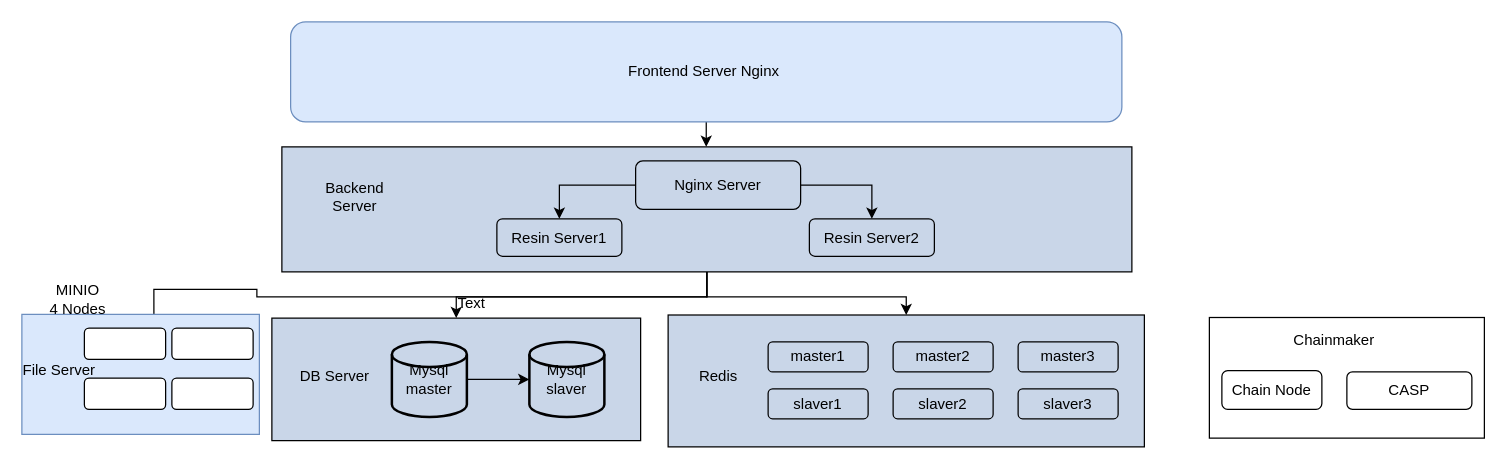
Earlier version of the draw.io diagram page "山西冷链" (3 of 5) of Untitled Diagram.drawio (qingfeng826/TestGit). Source tidied: cells renumbered, new cells numbered last; positions are measured from the earlier drawing's top-left corner, leaving out a move shared by most shapes. Both pictures are drawn from the tidied source at 125%, with x=0, y=0 at pixel (21, 21).
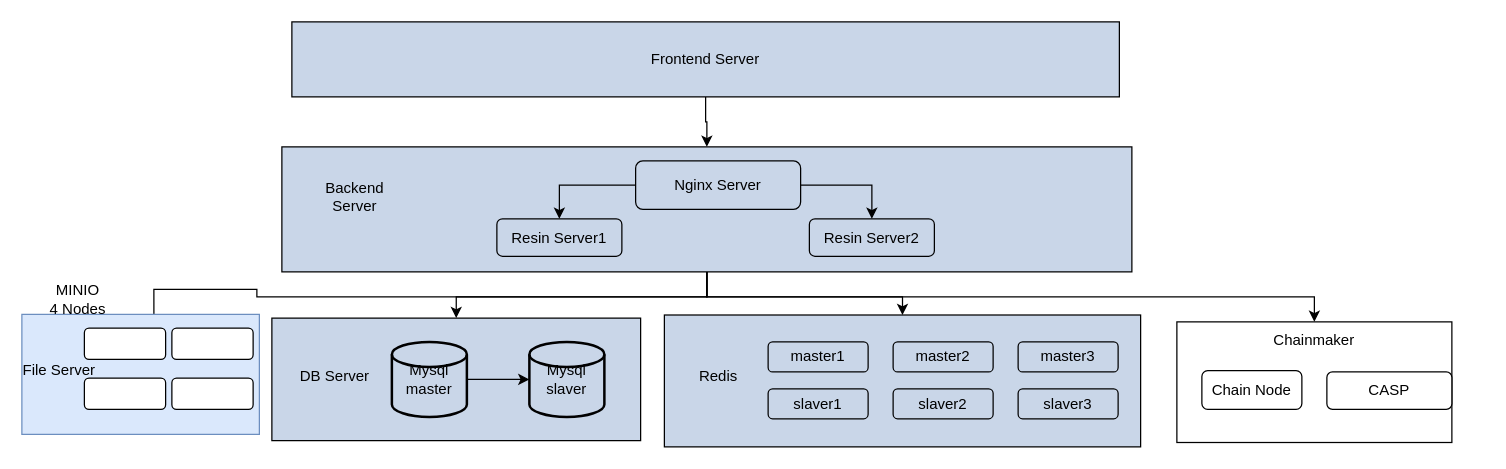
After the change.

The change refers to these unchanged cells:
```xml
<mxCell id="7" style="rounded=0;whiteSpace=wrap;html=1;fillColor=#C9D6E8;" parent="1" vertex="1">
  <mxGeometry x="208" y="100" width="680" height="100" as="geometry" />
</mxCell>
```

Diff of the diagram source:
```diff
@@
     <mxCell id="2" style="rounded=0;whiteSpace=wrap;html=1;fillColor=#C9D6E8;" parent="1" vertex="1">
-      <mxGeometry x="517" y="234.5" width="381" height="105.5" as="geometry" />
+      <mxGeometry x="514" y="234.5" width="381" height="105.5" as="geometry" />
     </mxCell>
@@
+    <mxCell id="39" style="edgeStyle=orthogonalEdgeStyle;rounded=0;jettySize=auto;html=1;entryX=0.5;entryY=0;entryDx=0;entryDy=0;exitX=0.5;exitY=1;exitDx=0;exitDy=0;" parent="1" edge="1" source="7" target="29">
+      <mxGeometry relative="1" as="geometry" />
+    </mxCell>
@@
-    <mxCell id="26" style="edgeStyle=orthogonalEdgeStyle;rounded=0;jettySize=auto;html=1;" parent="1" edge="1" source="27" target="7">
-      <mxGeometry relative="1" as="geometry" />
-    </mxCell>
-    <mxCell id="27" value="Frontend Server Nginx&amp;nbsp;" style="rounded=1;whiteSpace=wrap;html=1;fillColor=#dae8fc;strokeColor=#6c8ebf;" parent="1" vertex="1">
-      <mxGeometry x="215" width="665" height="80" as="geometry" />
-    </mxCell>
@@
     <mxCell id="29" style="rounded=0;whiteSpace=wrap;html=1;" parent="1" vertex="1">
-      <mxGeometry x="950" y="236.5" width="220" height="96.5" as="geometry" />
+      <mxGeometry x="924" y="240" width="220" height="96.5" as="geometry" />
     </mxCell>
     <mxCell id="30" value="Chain Node" style="rounded=1;whiteSpace=wrap;html=1;" parent="1" vertex="1">
-      <mxGeometry x="960" y="279" width="80" height="31" as="geometry" />
+      <mxGeometry x="944" y="279" width="80" height="31" as="geometry" />
     </mxCell>
     <mxCell id="31" value="CASP" style="rounded=1;whiteSpace=wrap;html=1;" parent="1" vertex="1">
-      <mxGeometry x="1060" y="280" width="100" height="30" as="geometry" />
+      <mxGeometry x="1044" y="280" width="100" height="30" as="geometry" />
     </mxCell>
     <mxCell id="32" value="Chainmaker" style="text;html=1;strokeColor=none;fillColor=none;align=center;verticalAlign=middle;whiteSpace=wrap;rounded=0;" parent="1" vertex="1">
-      <mxGeometry x="1020" y="240" width="60" height="30" as="geometry" />
+      <mxGeometry x="1004" y="240" width="60" height="30" as="geometry" />
     </mxCell>
-    <mxCell id="33" value="Text" style="text;html=1;strokeColor=none;fillColor=none;align=center;verticalAlign=middle;whiteSpace=wrap;rounded=0;" parent="1" vertex="1">
-      <mxGeometry x="330" y="210" width="60" height="30" as="geometry" />
-    </mxCell>
@@
+    <mxCell id="40" style="edgeStyle=orthogonalEdgeStyle;rounded=0;jettySize=auto;html=1;entryX=0.5;entryY=0;entryDx=0;entryDy=0;" parent="1" edge="1" source="41" target="7">
+      <mxGeometry relative="1" as="geometry" />
+    </mxCell>
+    <mxCell id="41" value="Frontend Server" style="rounded=0;whiteSpace=wrap;html=1;fillColor=#C9D6E8;" parent="1" vertex="1">
+      <mxGeometry x="216" width="662" height="60" as="geometry" />
+    </mxCell>
```
